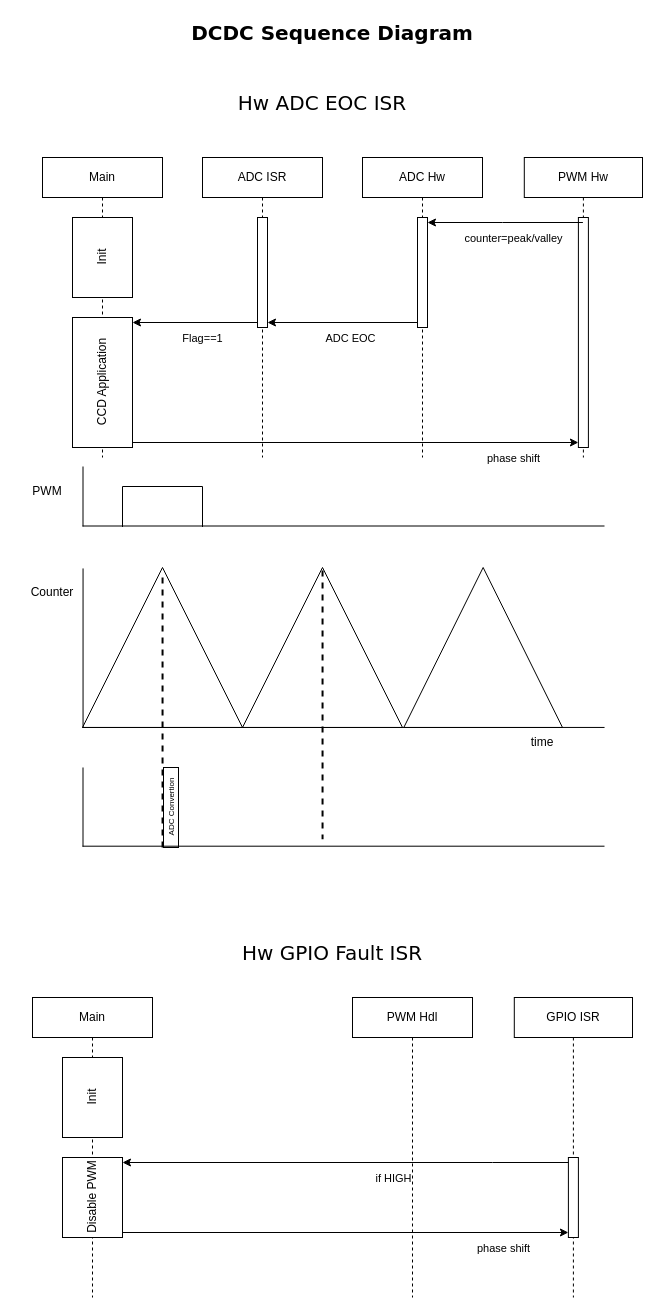
chdev2011/temp keeps this draw.io diagram as page "Sequence_Diagram" (2 of 5) of DCDCArchitectureSF.drawio. Above is the earlier version. Source tidied: cells renumbered, new cells numbered last; positions are measured from the earlier drawing's top-left corner, leaving out a move shared by most shapes. Both pictures are drawn from the tidied source at 100%, with x=0, y=0 at pixel (17, 17).
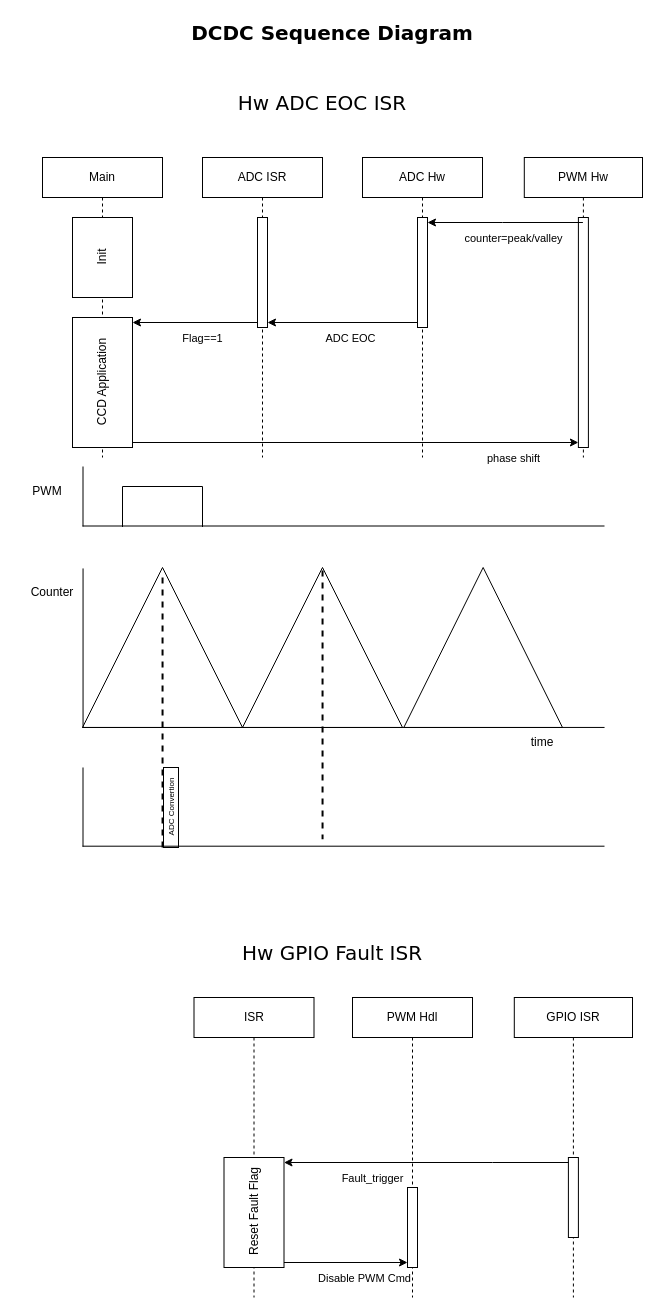
Above is the later version.

The change refers to these unchanged cells:
```xml
<mxCell id="36" style="html=1;points=[[0,0,0,0,5],[0,1,0,0,-5],[1,0,0,0,5],[1,1,0,0,-5]];perimeter=orthogonalPerimeter;outlineConnect=0;targetShapes=umlLifeline;portConstraint=eastwest;newEdgeStyle={&quot;curved&quot;:0,&quot;rounded&quot;:0};" parent="35" vertex="1">
  <mxGeometry x="54.1" y="160" width="10" height="80" as="geometry" />
</mxCell>
<mxCell id="40" value="PWM Hdl" style="shape=umlLifeline;perimeter=lifelinePerimeter;whiteSpace=wrap;html=1;newEdgeStyle={&quot;curved&quot;:0,&quot;rounded&quot;:0};" parent="1" vertex="1">
  <mxGeometry x="335" y="980" width="120" height="300" as="geometry" />
</mxCell>
<mxCell id="41" style="rounded=0;jettySize=auto;html=1;entryX=1;entryY=0;entryDx=0;entryDy=5;entryPerimeter=0;exitX=0;exitY=0;exitDx=0;exitDy=5;exitPerimeter=0;" parent="1" edge="1" source="36" target="39">
  <mxGeometry relative="1" as="geometry">
    <Array as="points">
      <mxPoint x="475" y="1145" />
    </Array>
  </mxGeometry>
</mxCell>
```

The edit, as a diff of the source:
```diff
@@
-    <mxCell id="37" value="Main" style="shape=umlLifeline;perimeter=lifelinePerimeter;whiteSpace=wrap;html=1;newEdgeStyle={&quot;curved&quot;:0,&quot;rounded&quot;:0};" parent="1" vertex="1">
-      <mxGeometry x="15" y="980" width="120" height="300" as="geometry" />
+    <mxCell id="37" value="ISR" style="shape=umlLifeline;perimeter=lifelinePerimeter;whiteSpace=wrap;html=1;newEdgeStyle={&quot;curved&quot;:0,&quot;rounded&quot;:0};" parent="1" vertex="1">
+      <mxGeometry x="176.5" y="980" width="120" height="300" as="geometry" />
     </mxCell>
-    <mxCell id="38" value="Init" style="html=1;perimeter=orthogonalPerimeter;targetShapes=umlLifeline;newEdgeStyle={&quot;curved&quot;:0,&quot;rounded&quot;:0};horizontal=0;" parent="37" vertex="1">
-      <mxGeometry x="30" y="60" width="60" height="80" as="geometry" />
-    </mxCell>
-    <mxCell id="39" value="Disable PWM" style="html=1;points=[[0,0,0,0,5],[0,1,0,0,-5],[1,0,0,0,5],[1,1,0,0,-5]];perimeter=orthogonalPerimeter;outlineConnect=0;targetShapes=umlLifeline;portConstraint=eastwest;newEdgeStyle={&quot;curved&quot;:0,&quot;rounded&quot;:0};horizontal=0;" parent="37" vertex="1">
-      <mxGeometry x="30" y="160" width="60" height="80" as="geometry" />
+    <mxCell id="39" value="Reset Fault Flag" style="html=1;points=[[0,0,0,0,5],[0,1,0,0,-5],[1,0,0,0,5],[1,1,0,0,-5]];perimeter=orthogonalPerimeter;outlineConnect=0;targetShapes=umlLifeline;portConstraint=eastwest;newEdgeStyle={&quot;curved&quot;:0,&quot;rounded&quot;:0};horizontal=0;" parent="37" vertex="1">
+      <mxGeometry x="30" y="160" width="60" height="110" as="geometry" />
     </mxCell>
@@
+    <mxCell id="45" style="html=1;points=[[0,0,0,0,5],[0,1,0,0,-5],[1,0,0,0,5],[1,1,0,0,-5]];perimeter=orthogonalPerimeter;outlineConnect=0;targetShapes=umlLifeline;portConstraint=eastwest;newEdgeStyle={&quot;curved&quot;:0,&quot;rounded&quot;:0};" parent="40" vertex="1">
+      <mxGeometry x="55" y="190" width="10" height="80" as="geometry" />
+    </mxCell>
@@
-    <mxCell id="42" value="if HIGH" style="edgeLabel;html=1;align=center;verticalAlign=middle;" parent="41" vertex="1">
+    <mxCell id="42" value="Fault_trigger" style="edgeLabel;html=1;align=center;verticalAlign=middle;" parent="41" vertex="1">
       <mxGeometry x="-0.28" relative="1" as="geometry">
-        <mxPoint x="-14" y="15" as="offset" />
+        <mxPoint x="-94" y="15" as="offset" />
       </mxGeometry>
     </mxCell>
-    <mxCell id="43" style="rounded=0;jettySize=auto;html=1;entryX=0;entryY=1;entryDx=0;entryDy=-5;entryPerimeter=0;exitX=1;exitY=1;exitDx=0;exitDy=-5;exitPerimeter=0;" parent="1" edge="1" source="39" target="36">
+    <mxCell id="43" style="rounded=0;jettySize=auto;html=1;exitX=1;exitY=1;exitDx=0;exitDy=-5;exitPerimeter=0;entryX=0;entryY=1;entryDx=0;entryDy=-5;entryPerimeter=0;" parent="1" edge="1" source="39" target="45">
       <mxGeometry relative="1" as="geometry" />
     </mxCell>
-    <mxCell id="44" value="phase shift" style="edgeLabel;html=1;align=center;verticalAlign=middle;" parent="43" vertex="1">
-      <mxGeometry x="-0.09" y="1" relative="1" as="geometry">
-        <mxPoint x="177" y="16" as="offset" />
-      </mxGeometry>
-    </mxCell>
+    <mxCell id="46" value="Disable PWM Cmd" style="edgeLabel;html=1;align=center;verticalAlign=middle;" parent="43" vertex="1">
+      <mxGeometry x="0.35" relative="1" as="geometry">
+        <mxPoint x="-3" y="15" as="offset" />
+      </mxGeometry>
+    </mxCell>
```
